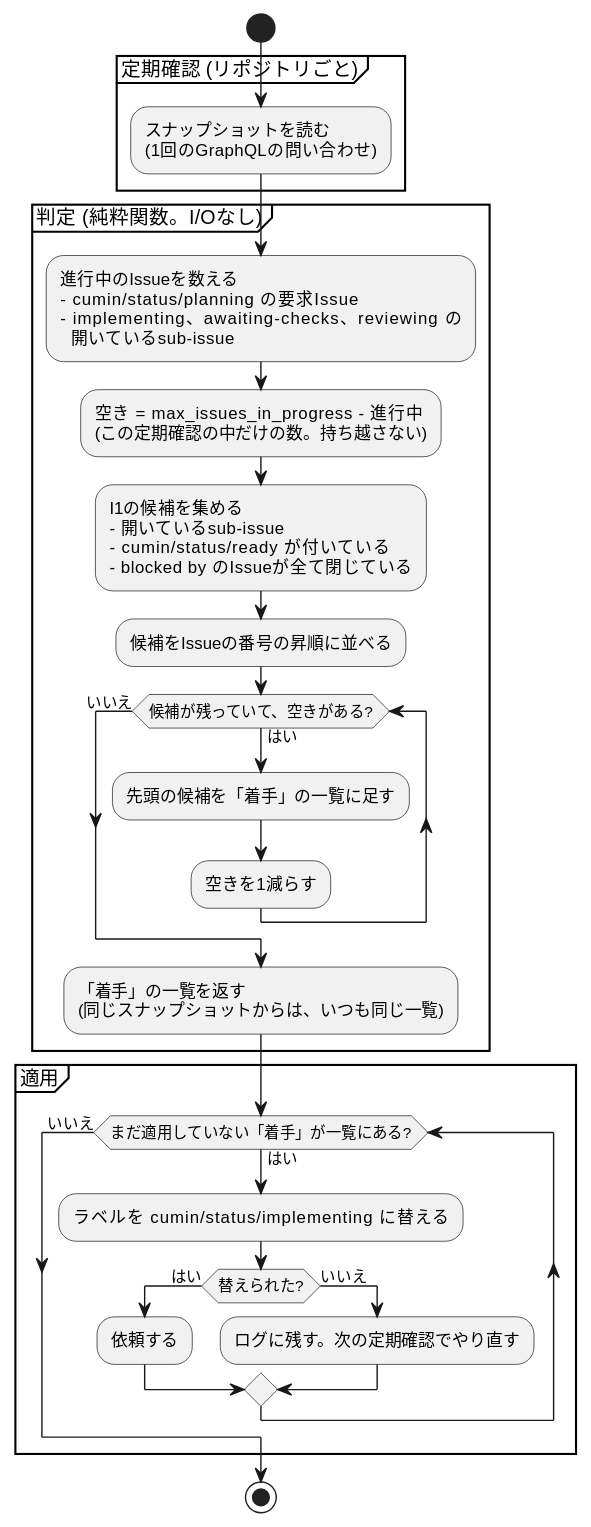
The PlantUML diagram docs/ja/designs/cumin-core-decide.svg in cloveclovedev/cumin-works, before a commit. The source it was exported from:
```plantuml
@startuml
skinparam shadowing false
skinparam defaultFontName sans-serif

start
partition "定期確認 (リポジトリごと)" {
  :スナップショットを読む
  (1回のGraphQLの問い合わせ);
}
partition "判定 (純粋関数。I/Oなし)" {
  :進行中のIssueを数える
  - cumin/status/planning の要求Issue
  - implementing、awaiting-checks、reviewing の
    開いているsub-issue;
  :空き = max_issues_in_progress - 進行中
  (この定期確認の中だけの数。持ち越さない);
  :I1の候補を集める
  - 開いているsub-issue
  - cumin/status/ready が付いている
  - blocked by のIssueが全て閉じている;
  :候補をIssueの番号の昇順に並べる;
  while (候補が残っていて、空きがある?) is (はい)
    :先頭の候補を「着手」の一覧に足す;
    :空きを1減らす;
  endwhile (いいえ)
  :「着手」の一覧を返す
  (同じスナップショットからは、いつも同じ一覧);
}
partition "適用" {
  while (まだ適用していない「着手」が一覧にある?) is (はい)
    :ラベルを cumin/status/implementing に替える;
    if (替えられた?) then (はい)
      :依頼する;
    else (いいえ)
      :ログに残す。次の定期確認でやり直す;
    endif
  endwhile (いいえ)
}
stop
@enduml
```
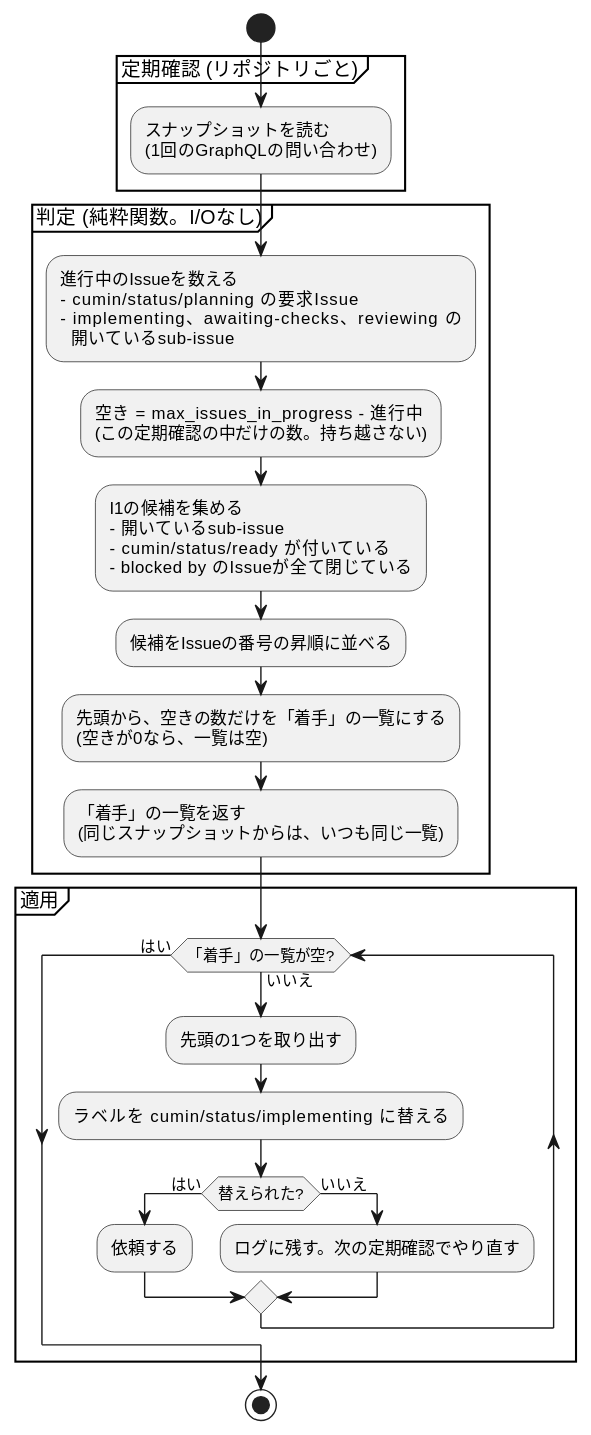
Above is the later version.

Commit message:
docs(designs): draw the poll decision without a loop

Refs #63

Claude-Session: https://claude.ai/code/session_01CuH4C7GSopw23VYFhpxdmr

What changed in the source:
```diff
@@ -19,22 +19,21 @@
   - cumin/status/ready が付いている
   - blocked by のIssueが全て閉じている;
   :候補をIssueの番号の昇順に並べる;
-  while (候補が残っていて、空きがある?) is (はい)
-    :先頭の候補を「着手」の一覧に足す;
-    :空きを1減らす;
-  endwhile (いいえ)
+  :先頭から、空きの数だけを「着手」の一覧にする
+  (空きが0なら、一覧は空);
   :「着手」の一覧を返す
   (同じスナップショットからは、いつも同じ一覧);
 }
 partition "適用" {
-  while (まだ適用していない「着手」が一覧にある?) is (はい)
+  while (「着手」の一覧が空?) is (いいえ)
+    :先頭の1つを取り出す;
     :ラベルを cumin/status/implementing に替える;
     if (替えられた?) then (はい)
       :依頼する;
     else (いいえ)
       :ログに残す。次の定期確認でやり直す;
     endif
-  endwhile (いいえ)
+  endwhile (はい)
 }
 stop
 @enduml
```
